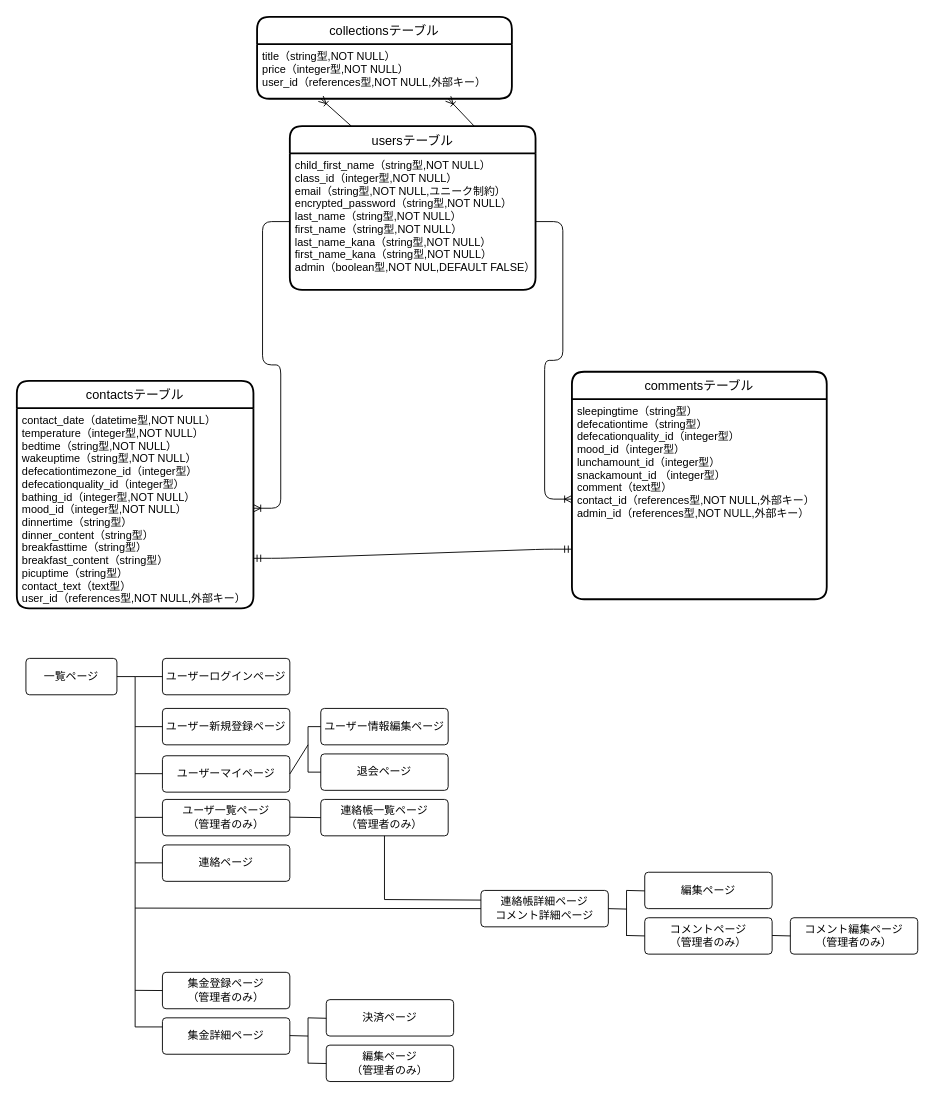
Before: contact.dio in sugisanize/contact_book, a draw.io diagram. Source tidied: cells renumbered, new cells numbered last; positions are measured from the earlier drawing's top-left corner, leaving out a move shared by most shapes. Both pictures are drawn from the tidied source at 91%, with x=0, y=0 at pixel (16, 16).
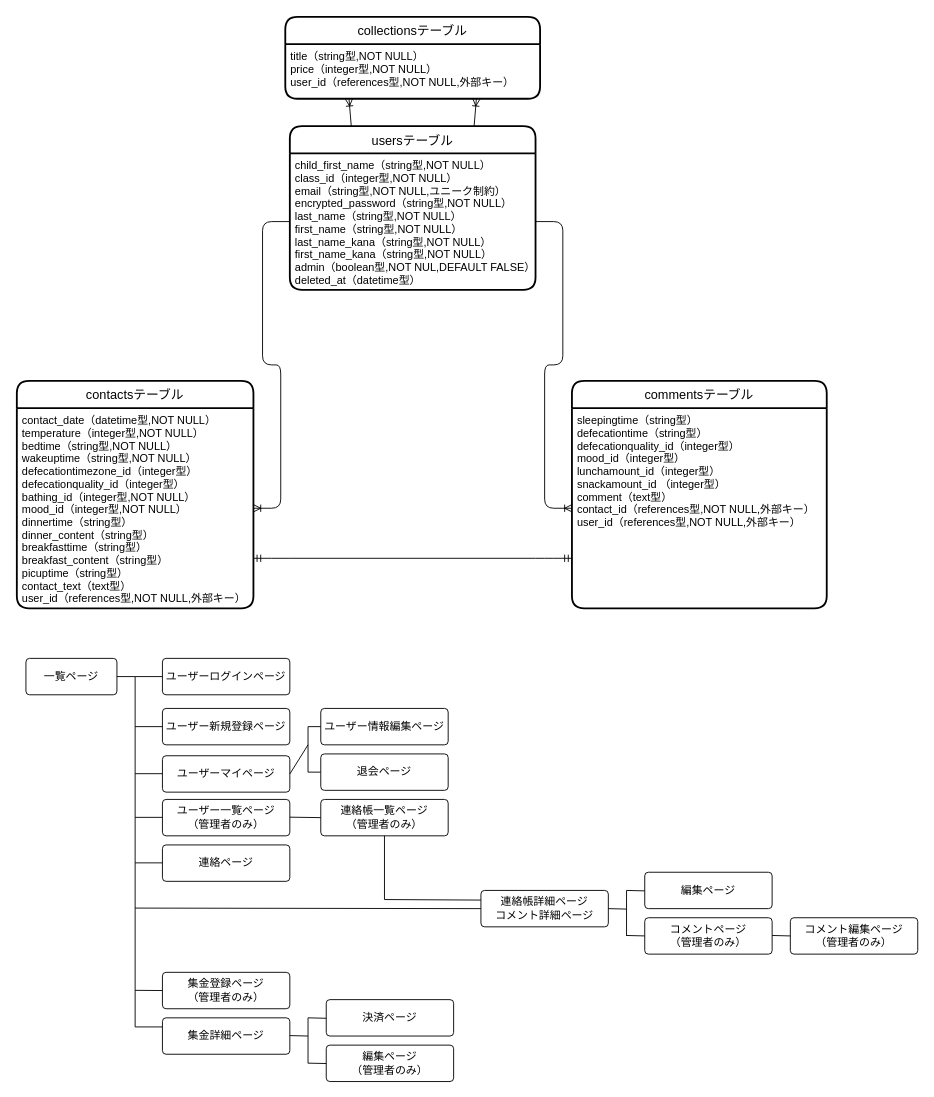
The same page after the edit.

Unchanged cells that the change refers to:
```xml
<mxCell id="2" value="usersテーブル" style="swimlane;horizontal=1;startSize=30;rounded=1;fontSize=14;fontStyle=0;strokeWidth=2;shadow=0;dashed=0;align=center;" parent="1" vertex="1">
  <mxGeometry x="300" y="120" width="270" height="180" as="geometry" />
</mxCell>
```

Change to the diagram source:
```diff
@@
-    <mxCell id="3" value="child_first_name（string型,NOT NULL）&#10;class_id（integer型,NOT NULL）&#10;email（string型,NOT NULL,ユニーク制約）&#10;encrypted_password（string型,NOT NULL）&#10;last_name（string型,NOT NULL）&#10;first_name（string型,NOT NULL）&#10;last_name_kana（string型,NOT NULL）&#10;first_name_kana（string型,NOT NULL）&#10;admin（boolean型,NOT NUL,DEFAULT FALSE）" style="align=left;strokeColor=none;fillColor=none;spacingLeft=4;fontSize=12;verticalAlign=top;" parent="2" vertex="1">
+    <mxCell id="3" value="child_first_name（string型,NOT NULL）&#10;class_id（integer型,NOT NULL）&#10;email（string型,NOT NULL,ユニーク制約）&#10;encrypted_password（string型,NOT NULL）&#10;last_name（string型,NOT NULL）&#10;first_name（string型,NOT NULL）&#10;last_name_kana（string型,NOT NULL）&#10;first_name_kana（string型,NOT NULL）&#10;admin（boolean型,NOT NUL,DEFAULT FALSE）&#10;deleted_at（datetime型）" style="align=left;strokeColor=none;fillColor=none;spacingLeft=4;fontSize=12;verticalAlign=top;" parent="2" vertex="1">
       <mxGeometry y="30" width="270" height="150" as="geometry" />
     </mxCell>
     <mxCell id="4" value="collectionsテーブル" style="swimlane;horizontal=1;startSize=30;rounded=1;fontSize=14;fontStyle=0;strokeWidth=2;shadow=0;dashed=0;align=center;" parent="1" vertex="1">
-      <mxGeometry x="264" width="280" height="90" as="geometry" />
+      <mxGeometry x="295" width="280" height="90" as="geometry" />
     </mxCell>
@@
     <mxCell id="8" value="commentsテーブル" style="swimlane;horizontal=1;startSize=30;rounded=1;fontSize=14;fontStyle=0;strokeWidth=2;shadow=0;dashed=0;align=center;" parent="1" vertex="1">
-      <mxGeometry x="610" y="390" width="280" height="250" as="geometry" />
+      <mxGeometry x="610" y="400" width="280" height="250" as="geometry" />
     </mxCell>
-    <mxCell id="9" value="sleepingtime（string型）&#10;defecationtime（string型）&#10;defecationquality_id（integer型）&#10;mood_id（integer型）&#10;lunchamount_id（integer型）&#10;snackamount_id （integer型）&#10;comment（text型）&#10;contact_id（references型,NOT NULL,外部キー）&#10;admin_id（references型,NOT NULL,外部キー）" style="align=left;strokeColor=none;fillColor=none;spacingLeft=4;fontSize=12;verticalAlign=top;" parent="8" vertex="1">
+    <mxCell id="9" value="sleepingtime（string型）&#10;defecationtime（string型）&#10;defecationquality_id（integer型）&#10;mood_id（integer型）&#10;lunchamount_id（integer型）&#10;snackamount_id （integer型）&#10;comment（text型）&#10;contact_id（references型,NOT NULL,外部キー）&#10;user_id（references型,NOT NULL,外部キー）" style="align=left;strokeColor=none;fillColor=none;spacingLeft=4;fontSize=12;verticalAlign=top;" parent="8" vertex="1">
       <mxGeometry y="30" width="280" height="220" as="geometry" />
     </mxCell>
@@
-    <mxCell id="23" value="ユーザ一覧ページ&lt;br&gt;（管理者のみ）" style="rounded=1;arcSize=10;whiteSpace=wrap;html=1;align=center;" parent="1" vertex="1">
+    <mxCell id="23" value="ユーザー一覧ページ&lt;br&gt;（管理者のみ）" style="rounded=1;arcSize=10;whiteSpace=wrap;html=1;align=center;" parent="1" vertex="1">
       <mxGeometry x="160" y="860" width="140" height="40" as="geometry" />
     </mxCell>
```
